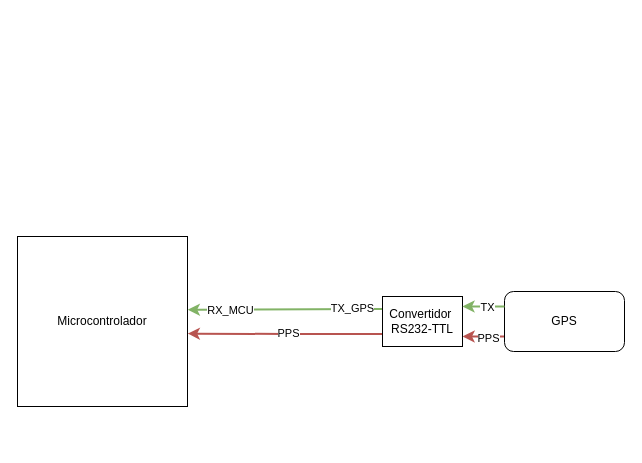
This is Diagrama sin título.drawio from teresafielm/drawio-thesis, a draw.io file, before an edit. Source tidied: cells renumbered, new cells numbered last; positions are measured from the earlier drawing's top-left corner, leaving out a move shared by most shapes. Both pictures are drawn from the tidied source at 100%, with x=0, y=0 at pixel (17, 236).
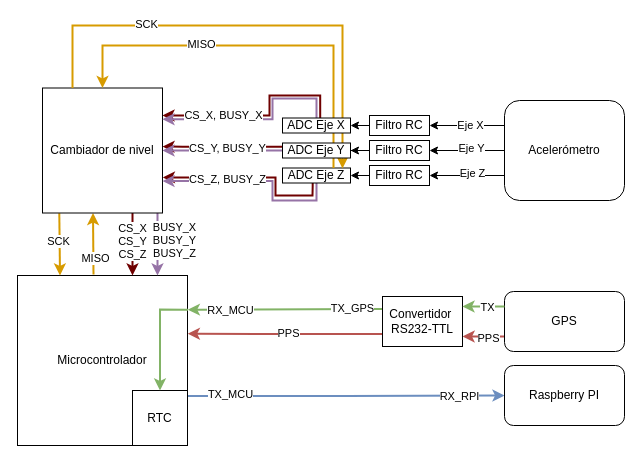
The same page after the edit.

The change refers to these unchanged cells:
```xml
<mxCell id="3" style="edgeStyle=orthogonalEdgeStyle;rounded=0;jettySize=auto;html=1;exitX=0;exitY=0.75;exitDx=0;exitDy=0;entryX=1.001;entryY=0.798;entryDx=0;entryDy=0;entryPerimeter=0;fillColor=#f8cecc;strokeColor=#b85450;strokeWidth=2;" parent="1" edge="1" source="5" target="11">
  <mxGeometry relative="1" as="geometry" />
</mxCell>
<mxCell id="5" value="GPS" style="rounded=1;whiteSpace=wrap;html=1;" parent="1" vertex="1">
  <mxGeometry x="487" y="55" width="120" height="60" as="geometry" />
</mxCell>
<mxCell id="11" value="Convertidor&amp;nbsp;&lt;div&gt;RS232-TTL&lt;/div&gt;" style="rounded=0;whiteSpace=wrap;html=1;" parent="1" vertex="1">
  <mxGeometry x="365" y="60" width="80" height="50" as="geometry" />
</mxCell>
```

What changed in the source:
```diff
@@
+    <mxCell id="14" style="edgeStyle=orthogonalEdgeStyle;rounded=0;jettySize=auto;html=1;entryX=1.003;entryY=0.715;entryDx=0;entryDy=0;entryPerimeter=0;strokeWidth=2;fillColor=#a20025;strokeColor=#6F0000;exitX=0.444;exitY=0.982;exitDx=0;exitDy=0;exitPerimeter=0;" parent="1" edge="1" source="46" target="43">
+      <mxGeometry relative="1" as="geometry">
+        <Array as="points">
+          <mxPoint x="295" y="-51" />
+          <mxPoint x="295" y="-41" />
+          <mxPoint x="258" y="-41" />
+          <mxPoint x="258" y="-59" />
+        </Array>
+      </mxGeometry>
+    </mxCell>
+    <mxCell id="15" style="edgeStyle=orthogonalEdgeStyle;rounded=0;orthogonalLoop=1;jettySize=auto;html=1;exitX=0.548;exitY=0.015;exitDx=0;exitDy=0;exitPerimeter=0;strokeWidth=2;fillColor=#a20025;strokeColor=#6F0000;" parent="1" edge="1">
+      <mxGeometry relative="1" as="geometry">
+        <mxPoint x="302.7" y="-118.5" as="sourcePoint" />
+        <mxPoint x="145" y="-121" as="targetPoint" />
+        <Array as="points">
+          <mxPoint x="303" y="-141" />
+          <mxPoint x="252" y="-141" />
+          <mxPoint x="252" y="-121" />
+        </Array>
+      </mxGeometry>
+    </mxCell>
+    <mxCell id="16" style="edgeStyle=orthogonalEdgeStyle;rounded=0;jettySize=auto;html=1;exitX=0;exitY=0.25;exitDx=0;exitDy=0;strokeWidth=2;fillColor=#a20025;strokeColor=#6F0000;" parent="1" edge="1" source="54">
+      <mxGeometry relative="1" as="geometry">
+        <mxPoint x="145" y="-90" as="targetPoint" />
+        <Array as="points">
+          <mxPoint x="165" y="-90" />
+          <mxPoint x="146" y="-90" />
+        </Array>
+      </mxGeometry>
+    </mxCell>
+    <mxCell id="17" style="edgeStyle=orthogonalEdgeStyle;rounded=0;jettySize=auto;html=1;exitX=1;exitY=0.709;exitDx=0;exitDy=0;exitPerimeter=0;fillColor=#dae8fc;strokeColor=#6c8ebf;strokeWidth=2;" parent="1" edge="1" source="2" target="56">
+      <mxGeometry relative="1" as="geometry" />
+    </mxCell>
+    <mxCell id="18" value="RX_RPI" style="edgeLabel;html=1;align=center;verticalAlign=middle;" parent="17" vertex="1">
+      <mxGeometry x="0.76" relative="1" as="geometry">
+        <mxPoint x="-7" as="offset" />
+      </mxGeometry>
+    </mxCell>
+    <mxCell id="19" value="TX_MCU" style="edgeLabel;html=1;align=center;verticalAlign=middle;" parent="17" vertex="1">
+      <mxGeometry x="-0.79" y="2" relative="1" as="geometry">
+        <mxPoint x="10" as="offset" />
+      </mxGeometry>
+    </mxCell>
     <mxCell id="2" value="Microcontrolador" style="rounded=0;whiteSpace=wrap;html=1;" parent="1" vertex="1">
-      <mxGeometry width="170" height="170" as="geometry" />
+      <mxGeometry y="39" width="170" height="170" as="geometry" />
     </mxCell>
+    <mxCell id="20" style="edgeStyle=orthogonalEdgeStyle;rounded=0;jettySize=auto;html=1;exitX=0;exitY=0.25;exitDx=0;exitDy=0;entryX=1;entryY=0.5;entryDx=0;entryDy=0;" parent="1" edge="1" source="26" target="28">
+      <mxGeometry relative="1" as="geometry" />
+    </mxCell>
+    <mxCell id="21" value="Eje X" style="edgeLabel;html=1;align=center;verticalAlign=middle;" parent="20" vertex="1">
+      <mxGeometry x="-0.06" y="-1" relative="1" as="geometry" />
+    </mxCell>
+    <mxCell id="22" style="edgeStyle=orthogonalEdgeStyle;rounded=0;jettySize=auto;html=1;exitX=0;exitY=0.5;exitDx=0;exitDy=0;entryX=1;entryY=0.5;entryDx=0;entryDy=0;" parent="1" edge="1" source="26" target="30">
+      <mxGeometry relative="1" as="geometry" />
+    </mxCell>
+    <mxCell id="23" value="Eje Y" style="edgeLabel;html=1;align=center;verticalAlign=middle;" parent="22" vertex="1">
+      <mxGeometry x="-0.09" y="-3" relative="1" as="geometry" />
+    </mxCell>
+    <mxCell id="24" style="edgeStyle=orthogonalEdgeStyle;rounded=0;jettySize=auto;html=1;exitX=0;exitY=0.75;exitDx=0;exitDy=0;entryX=1;entryY=0.5;entryDx=0;entryDy=0;" parent="1" edge="1" source="26" target="32">
+      <mxGeometry relative="1" as="geometry" />
+    </mxCell>
+    <mxCell id="25" value="Eje Z" style="edgeLabel;html=1;align=center;verticalAlign=middle;" parent="24" vertex="1">
+      <mxGeometry x="-0.12" y="-3" relative="1" as="geometry" />
+    </mxCell>
+    <mxCell id="26" value="Acelerómetro" style="rounded=1;whiteSpace=wrap;html=1;" parent="1" vertex="1">
+      <mxGeometry x="487" y="-136" width="120" height="100" as="geometry" />
+    </mxCell>
+    <mxCell id="27" style="edgeStyle=orthogonalEdgeStyle;rounded=0;jettySize=auto;html=1;exitX=0;exitY=0.5;exitDx=0;exitDy=0;entryX=1;entryY=0.5;entryDx=0;entryDy=0;" parent="1" edge="1" source="28" target="53">
+      <mxGeometry relative="1" as="geometry" />
+    </mxCell>
+    <mxCell id="28" value="Filtro RC" style="rounded=0;whiteSpace=wrap;html=1;" parent="1" vertex="1">
+      <mxGeometry x="352" y="-121" width="60" height="20" as="geometry" />
+    </mxCell>
+    <mxCell id="29" style="edgeStyle=orthogonalEdgeStyle;rounded=0;jettySize=auto;html=1;" parent="1" edge="1" source="30" target="54">
+      <mxGeometry relative="1" as="geometry" />
+    </mxCell>
+    <mxCell id="30" value="Filtro RC" style="rounded=0;whiteSpace=wrap;html=1;" parent="1" vertex="1">
+      <mxGeometry x="352" y="-96" width="60" height="20" as="geometry" />
+    </mxCell>
+    <mxCell id="31" style="edgeStyle=orthogonalEdgeStyle;rounded=0;jettySize=auto;html=1;exitX=0;exitY=0.5;exitDx=0;exitDy=0;entryX=1;entryY=0.5;entryDx=0;entryDy=0;" parent="1" edge="1" source="32" target="46">
+      <mxGeometry relative="1" as="geometry" />
+    </mxCell>
+    <mxCell id="32" value="Filtro RC" style="rounded=0;whiteSpace=wrap;html=1;" parent="1" vertex="1">
+      <mxGeometry x="352" y="-71" width="60" height="20" as="geometry" />
+    </mxCell>
+    <mxCell id="33" style="edgeStyle=orthogonalEdgeStyle;rounded=0;jettySize=auto;html=1;exitX=0;exitY=0.5;exitDx=0;exitDy=0;entryX=1;entryY=0.5;entryDx=0;entryDy=0;strokeWidth=2;fillColor=#e1d5e7;strokeColor=#9673a6;" parent="1" edge="1" source="54" target="43">
+      <mxGeometry relative="1" as="geometry" />
+    </mxCell>
+    <mxCell id="34" value="CS_Y, BUSY_Y" style="edgeLabel;html=1;align=center;verticalAlign=middle;" parent="33" vertex="1">
+      <mxGeometry x="-0.02" y="-1" relative="1" as="geometry">
+        <mxPoint x="3" y="-2" as="offset" />
+      </mxGeometry>
+    </mxCell>
+    <mxCell id="35" style="edgeStyle=orthogonalEdgeStyle;rounded=0;orthogonalLoop=1;jettySize=auto;html=1;fillColor=#ffe6cc;strokeColor=#d79b00;strokeWidth=2;entryX=0.421;entryY=1.024;entryDx=0;entryDy=0;entryPerimeter=0;" parent="1" edge="1">
+      <mxGeometry relative="1" as="geometry">
+        <mxPoint x="76" y="38" as="sourcePoint" />
+        <mxPoint x="75.5" y="-23.5" as="targetPoint" />
+        <Array as="points">
+          <mxPoint x="76" y="38" />
+          <mxPoint x="76" y="36" />
+        </Array>
+      </mxGeometry>
+    </mxCell>
+    <mxCell id="36" value="MISO" style="edgeLabel;html=1;align=center;verticalAlign=middle;" parent="35" vertex="1">
+      <mxGeometry x="-0.28" y="-2" relative="1" as="geometry">
+        <mxPoint y="6" as="offset" />
+      </mxGeometry>
+    </mxCell>
+    <mxCell id="37" style="edgeStyle=orthogonalEdgeStyle;rounded=0;jettySize=auto;html=1;exitX=0.14;exitY=1.002;exitDx=0;exitDy=0;entryX=0.25;entryY=0;entryDx=0;entryDy=0;strokeWidth=2;exitPerimeter=0;fillColor=#ffe6cc;strokeColor=#d79b00;" parent="1" edge="1" source="43" target="2">
+      <mxGeometry relative="1" as="geometry">
+        <Array as="points">
+          <mxPoint x="43" y="-23" />
+        </Array>
+      </mxGeometry>
+    </mxCell>
+    <mxCell id="38" value="SCK" style="edgeLabel;html=1;align=center;verticalAlign=middle;" parent="37" vertex="1">
+      <mxGeometry x="0.04" y="-2" relative="1" as="geometry">
+        <mxPoint y="-4" as="offset" />
+      </mxGeometry>
+    </mxCell>
+    <mxCell id="39" style="edgeStyle=orthogonalEdgeStyle;rounded=0;jettySize=auto;html=1;exitX=0.75;exitY=1;exitDx=0;exitDy=0;strokeWidth=2;fillColor=#a20025;strokeColor=#6F0000;flowAnimation=0;shadow=0;" parent="1" edge="1" source="43">
+      <mxGeometry relative="1" as="geometry">
+        <mxPoint x="115" y="39" as="targetPoint" />
+      </mxGeometry>
+    </mxCell>
+    <mxCell id="40" value="CS_X&lt;div&gt;CS_Y&lt;/div&gt;&lt;div&gt;CS_Z&lt;/div&gt;" style="edgeLabel;html=1;align=center;verticalAlign=middle;" parent="39" vertex="1">
+      <mxGeometry x="-0.19" y="1" relative="1" as="geometry">
+        <mxPoint x="-2" y="2" as="offset" />
+      </mxGeometry>
+    </mxCell>
+    <mxCell id="41" style="edgeStyle=orthogonalEdgeStyle;rounded=0;jettySize=auto;html=1;exitX=0.95;exitY=1.002;exitDx=0;exitDy=0;entryX=1;entryY=0;entryDx=0;entryDy=0;exitPerimeter=0;strokeWidth=2;fillColor=#e1d5e7;strokeColor=#9673a6;" parent="1" edge="1" source="43">
+      <mxGeometry relative="1" as="geometry">
+        <mxPoint x="140" y="39" as="targetPoint" />
+        <Array as="points">
+          <mxPoint x="140" y="-23" />
+        </Array>
+      </mxGeometry>
+    </mxCell>
+    <mxCell id="42" value="BUSY_X&lt;div&gt;BUSY_Y&lt;/div&gt;&lt;div&gt;BUSY_Z&lt;/div&gt;" style="edgeLabel;html=1;align=center;verticalAlign=middle;" parent="41" vertex="1">
+      <mxGeometry x="-0.58" relative="1" as="geometry">
+        <mxPoint x="16" y="15" as="offset" />
+      </mxGeometry>
+    </mxCell>
+    <mxCell id="43" value="Cambiador de nivel" style="whiteSpace=wrap;html=1;rounded=0;" parent="1" vertex="1">
+      <mxGeometry x="25" y="-148.5" width="120" height="125" as="geometry" />
+    </mxCell>
+    <mxCell id="44" style="edgeStyle=orthogonalEdgeStyle;rounded=0;jettySize=auto;html=1;fillColor=#e1d5e7;strokeColor=#9673a6;strokeWidth=2;exitX=0.5;exitY=1;exitDx=0;exitDy=0;entryX=0.982;entryY=0.745;entryDx=0;entryDy=0;entryPerimeter=0;" parent="1" edge="1" source="46">
+      <mxGeometry relative="1" as="geometry">
+        <mxPoint x="145" y="-55.4" as="targetPoint" />
+        <Array as="points">
+          <mxPoint x="299" y="-36" />
+          <mxPoint x="255" y="-36" />
+          <mxPoint x="255" y="-55" />
+        </Array>
+      </mxGeometry>
+    </mxCell>
+    <mxCell id="45" value="CS_Z, BUSY_Z" style="edgeLabel;html=1;align=center;verticalAlign=middle;" parent="44" vertex="1">
+      <mxGeometry x="0.21" y="-1" relative="1" as="geometry">
+        <mxPoint x="-11" y="-1" as="offset" />
+      </mxGeometry>
+    </mxCell>
+    <mxCell id="46" value="ADC Eje Z" style="whiteSpace=wrap;html=1;rounded=0;" parent="1" vertex="1">
+      <mxGeometry x="265" y="-68.5" width="68" height="15" as="geometry" />
+    </mxCell>
+    <mxCell id="47" style="edgeStyle=orthogonalEdgeStyle;rounded=0;jettySize=auto;html=1;exitX=0.5;exitY=0;exitDx=0;exitDy=0;entryX=1;entryY=0.25;entryDx=0;entryDy=0;fillColor=#e1d5e7;strokeColor=#9673a6;strokeWidth=2;" parent="1" edge="1" source="53" target="43">
+      <mxGeometry relative="1" as="geometry">
+        <Array as="points">
+          <mxPoint x="299" y="-138" />
+          <mxPoint x="255" y="-138" />
+          <mxPoint x="255" y="-117" />
+        </Array>
+      </mxGeometry>
+    </mxCell>
+    <mxCell id="48" value="CS_X, BUSY_X" style="edgeLabel;html=1;align=center;verticalAlign=middle;" parent="47" vertex="1">
+      <mxGeometry x="-0.24" y="1" relative="1" as="geometry">
+        <mxPoint x="-51" y="6" as="offset" />
+      </mxGeometry>
+    </mxCell>
+    <mxCell id="49" style="edgeStyle=orthogonalEdgeStyle;rounded=0;jettySize=auto;html=1;exitX=0.75;exitY=0;exitDx=0;exitDy=0;entryX=0.5;entryY=0;entryDx=0;entryDy=0;fillColor=#ffe6cc;strokeColor=#d79b00;strokeWidth=2;" parent="1" edge="1" source="46" target="43">
+      <mxGeometry relative="1" as="geometry">
+        <Array as="points">
+          <mxPoint x="316" y="-191" />
+          <mxPoint x="85" y="-191" />
+        </Array>
+      </mxGeometry>
+    </mxCell>
+    <mxCell id="50" value="MISO" style="edgeLabel;html=1;align=center;verticalAlign=middle;" parent="49" vertex="1">
+      <mxGeometry x="0.29" y="-2" relative="1" as="geometry" />
+    </mxCell>
+    <mxCell id="51" style="edgeStyle=orthogonalEdgeStyle;rounded=0;jettySize=auto;html=1;entryX=0.25;entryY=0;entryDx=0;entryDy=0;fillColor=#ffe6cc;strokeColor=#d79b00;strokeWidth=2;exitX=0.25;exitY=0;exitDx=0;exitDy=0;" parent="1" edge="1" source="43">
+      <mxGeometry relative="1" as="geometry">
+        <mxPoint x="325" y="-68" as="targetPoint" />
+        <Array as="points">
+          <mxPoint x="55" y="-211" />
+          <mxPoint x="325" y="-211" />
+          <mxPoint x="325" y="-68" />
+        </Array>
+      </mxGeometry>
+    </mxCell>
+    <mxCell id="52" value="SCK" style="edgeLabel;html=1;align=center;verticalAlign=middle;" parent="51" vertex="1">
+      <mxGeometry x="-0.43" y="2" relative="1" as="geometry" />
+    </mxCell>
+    <mxCell id="53" value="ADC Eje X" style="whiteSpace=wrap;html=1;rounded=0;" parent="1" vertex="1">
+      <mxGeometry x="265" y="-118.5" width="68" height="15" as="geometry" />
+    </mxCell>
+    <mxCell id="54" value="ADC Eje Y" style="whiteSpace=wrap;html=1;rounded=0;" parent="1" vertex="1">
+      <mxGeometry x="265" y="-93.5" width="68" height="15" as="geometry" />
+    </mxCell>
@@
-    <mxCell id="4" value="PPS" style="edgeLabel;html=1;align=center;verticalAlign=middle;" parent="3" vertex="1">
-      <mxGeometry x="-0.53" y="1" relative="1" as="geometry">
-        <mxPoint x="-7" as="offset" />
-      </mxGeometry>
-    </mxCell>
+    <mxCell id="55" value="PPS" style="edgeLabel;html=1;align=center;verticalAlign=middle;" parent="3" vertex="1">
+      <mxGeometry x="-0.53" y="1" relative="1" as="geometry">
+        <mxPoint x="-7" as="offset" />
+      </mxGeometry>
+    </mxCell>
@@
-    <mxCell id="6" style="edgeStyle=orthogonalEdgeStyle;rounded=0;jettySize=auto;html=1;fillColor=#d5e8d4;strokeColor=#82b366;strokeWidth=2;exitX=0;exitY=0.25;exitDx=0;exitDy=0;entryX=1.002;entryY=0.201;entryDx=0;entryDy=0;entryPerimeter=0;" parent="1" edge="1" source="11">
-      <mxGeometry relative="1" as="geometry">
-        <mxPoint x="170.3" y="73.2" as="targetPoint" />
-        <Array as="points">
-          <mxPoint x="355" y="72" />
-        </Array>
-      </mxGeometry>
-    </mxCell>
+    <mxCell id="56" value="Raspberry PI" style="rounded=1;whiteSpace=wrap;html=1;" parent="1" vertex="1">
+      <mxGeometry x="487" y="129" width="120" height="60" as="geometry" />
+    </mxCell>
+    <mxCell id="57" style="edgeStyle=orthogonalEdgeStyle;rounded=0;jettySize=auto;html=1;fillColor=#d5e8d4;strokeColor=#82b366;strokeWidth=2;exitX=0;exitY=0.25;exitDx=0;exitDy=0;entryX=1.002;entryY=0.201;entryDx=0;entryDy=0;entryPerimeter=0;" parent="1" edge="1" source="11" target="2">
+      <mxGeometry relative="1" as="geometry">
+        <Array as="points">
+          <mxPoint x="355" y="72" />
+        </Array>
+      </mxGeometry>
+    </mxCell>
-    <mxCell id="7" value="TX_GPS" style="edgeLabel;html=1;align=center;verticalAlign=middle;" parent="6" vertex="1">
+    <mxCell id="7" value="TX_GPS" style="edgeLabel;html=1;align=center;verticalAlign=middle;" parent="57" vertex="1">
       <mxGeometry x="-0.19" relative="1" as="geometry">
         <mxPoint x="48" y="-1" as="offset" />
       </mxGeometry>
     </mxCell>
-    <mxCell id="8" value="RX_MCU" style="edgeLabel;html=1;align=center;verticalAlign=middle;" parent="6" vertex="1">
+    <mxCell id="8" value="RX_MCU" style="edgeLabel;html=1;align=center;verticalAlign=middle;" parent="57" vertex="1">
       <mxGeometry x="0.64" y="2" relative="1" as="geometry">
         <mxPoint x="7" y="-2" as="offset" />
       </mxGeometry>
     </mxCell>
-    <mxCell id="9" style="edgeStyle=orthogonalEdgeStyle;rounded=0;jettySize=auto;html=1;entryX=1.002;entryY=0.342;entryDx=0;entryDy=0;entryPerimeter=0;fillColor=#f8cecc;strokeColor=#b85450;strokeWidth=2;exitX=0;exitY=0.75;exitDx=0;exitDy=0;" parent="1" edge="1" source="11">
-      <mxGeometry relative="1" as="geometry">
-        <mxPoint x="170.3" y="97.1" as="targetPoint" />
-        <Array as="points">
-          <mxPoint x="268" y="97" />
-        </Array>
-      </mxGeometry>
-    </mxCell>
-    <mxCell id="10" value="PPS" style="edgeLabel;html=1;align=center;verticalAlign=middle;" parent="9" vertex="1">
-      <mxGeometry x="-0.02" y="-1" relative="1" as="geometry" />
-    </mxCell>
+    <mxCell id="58" style="edgeStyle=orthogonalEdgeStyle;rounded=0;jettySize=auto;html=1;entryX=1.002;entryY=0.342;entryDx=0;entryDy=0;entryPerimeter=0;fillColor=#f8cecc;strokeColor=#b85450;strokeWidth=2;exitX=0;exitY=0.75;exitDx=0;exitDy=0;" parent="1" edge="1" source="11" target="2">
+      <mxGeometry relative="1" as="geometry">
+        <Array as="points">
+          <mxPoint x="268" y="97" />
+        </Array>
+      </mxGeometry>
+    </mxCell>
+    <mxCell id="59" value="PPS" style="edgeLabel;html=1;align=center;verticalAlign=middle;" parent="58" vertex="1">
+      <mxGeometry x="-0.02" y="-1" relative="1" as="geometry" />
+    </mxCell>
@@
-    <mxCell id="12" style="edgeStyle=orthogonalEdgeStyle;rounded=0;jettySize=auto;html=1;exitX=0;exitY=0.25;exitDx=0;exitDy=0;strokeWidth=2;fillColor=#d5e8d4;strokeColor=#82b366;" parent="1" edge="1" source="5">
-      <mxGeometry relative="1" as="geometry">
-        <mxPoint x="445" y="70" as="targetPoint" />
-      </mxGeometry>
-    </mxCell>
+    <mxCell id="60" style="edgeStyle=orthogonalEdgeStyle;rounded=0;jettySize=auto;html=1;exitX=0;exitY=0.25;exitDx=0;exitDy=0;strokeWidth=2;fillColor=#d5e8d4;strokeColor=#82b366;" parent="1" edge="1" source="5">
+      <mxGeometry relative="1" as="geometry">
+        <mxPoint x="445" y="70" as="targetPoint" />
+      </mxGeometry>
+    </mxCell>
-    <mxCell id="13" value="TX" style="edgeLabel;html=1;align=center;verticalAlign=middle;" parent="12" vertex="1">
+    <mxCell id="13" value="TX" style="edgeLabel;html=1;align=center;verticalAlign=middle;" parent="60" vertex="1">
       <mxGeometry x="-0.13" relative="1" as="geometry" />
     </mxCell>
+    <mxCell id="61" value="RTC" style="whiteSpace=wrap;html=1;" parent="1" vertex="1">
+      <mxGeometry x="115" y="154" width="55" height="55" as="geometry" />
+    </mxCell>
+    <mxCell id="62" style="edgeStyle=orthogonalEdgeStyle;rounded=0;jettySize=auto;html=1;exitX=1.003;exitY=0.201;exitDx=0;exitDy=0;entryX=0.5;entryY=0;entryDx=0;entryDy=0;exitPerimeter=0;fillColor=#d5e8d4;strokeColor=#82b366;strokeWidth=2;" parent="1" edge="1" source="2" target="61">
+      <mxGeometry relative="1" as="geometry">
+        <Array as="points">
+          <mxPoint x="168" y="73" />
+          <mxPoint x="165" y="73" />
+          <mxPoint x="142" y="73" />
+        </Array>
+      </mxGeometry>
+    </mxCell>
```
